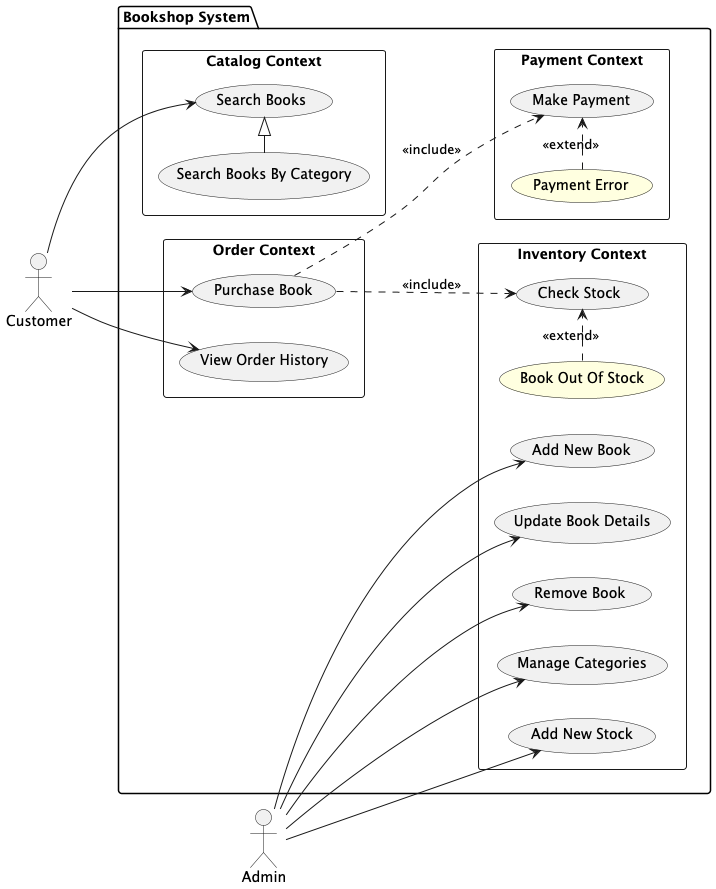
mikelgoig/php-microservice-example keeps this PlantUML diagram as docs/architecture/use-case-diagrams/rendered/overview.png. Above is the earlier version.
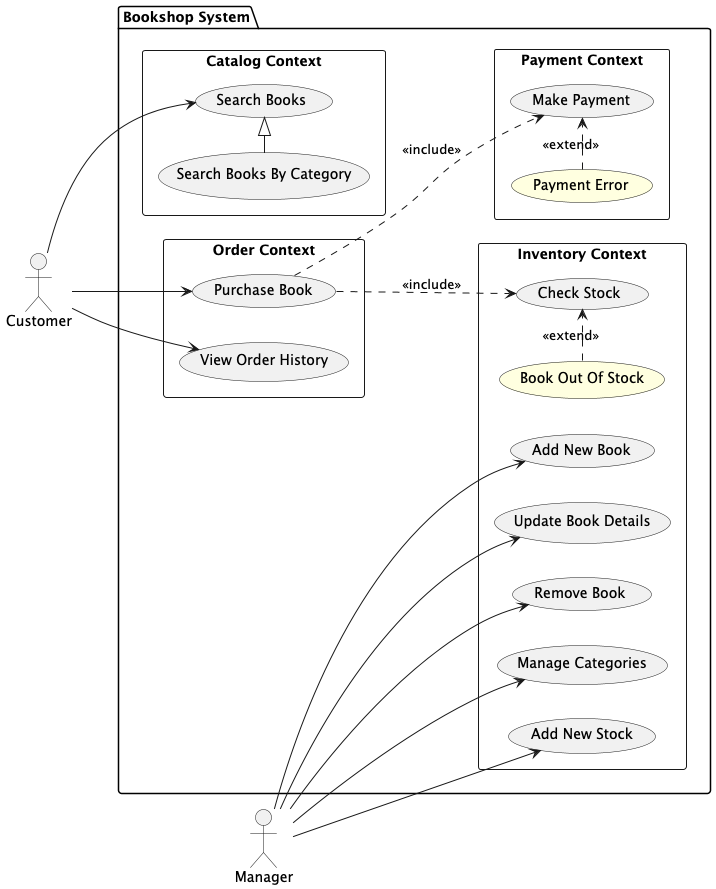
After the commit.

Commit message:
docs: update Admin role to Manager in use-case diagram

Change to the diagram source:
```diff
@@ -2,7 +2,7 @@
 left to right direction
 
 actor Customer
-actor Admin
+actor Manager
 
 package "Bookshop System" {
     rectangle "Inventory Context" {
@@ -34,11 +34,11 @@
     }
 }
 
-Admin --> "Add New Book"
-Admin --> "Update Book Details"
-Admin --> "Remove Book"
-Admin --> "Add New Stock"
-Admin --> "Manage Categories"
+Manager --> "Add New Book"
+Manager --> "Update Book Details"
+Manager --> "Remove Book"
+Manager --> "Add New Stock"
+Manager --> "Manage Categories"
 
 Customer --> "Search Books"
 
```
